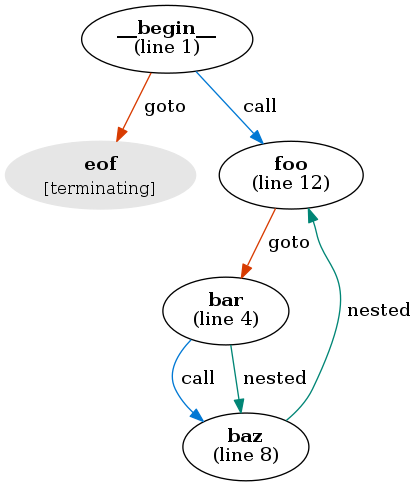
Earlier version of the Graphviz export examples/example1-noshowall.png (microsoft/cmd-call-graph). Its source is kept beside it as examples/example1-noshowall.dot.
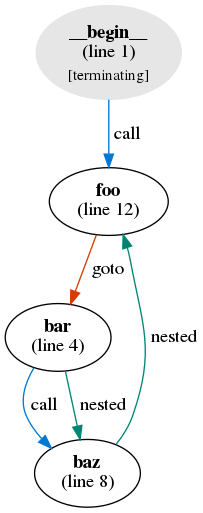
After the change.

Diff of the diagram source:
```diff
@@ -1,13 +1,11 @@
 digraph g {
-"__begin__" [label=<<b>__begin__</b><br/>(line 1)>]
-"__begin__" -> "eof" [label=" goto",color="#d83b01"]
+"__begin__" [color="#e6e6e6",style=filled,label=<<b>__begin__</b><br/>(line 1)<br/><sub>[terminating]</sub>>]
 "__begin__" -> "foo" [label=" call",color="#0078d4"]
 "bar" [label=<<b>bar</b><br/>(line 4)>]
 "bar" -> "baz" [label=" call",color="#0078d4"]
 "bar" -> "baz" [label=" nested",color="#008575"]
 "baz" [label=<<b>baz</b><br/>(line 8)>]
 "baz" -> "foo" [label=" nested",color="#008575"]
-"eof" [color="#e6e6e6",style=filled,label=<<b>eof</b><br/><sub>[terminating]</sub>>]
 "foo" [label=<<b>foo</b><br/>(line 12)>]
 "foo" -> "bar" [label=" goto",color="#d83b01"]
 }
```
